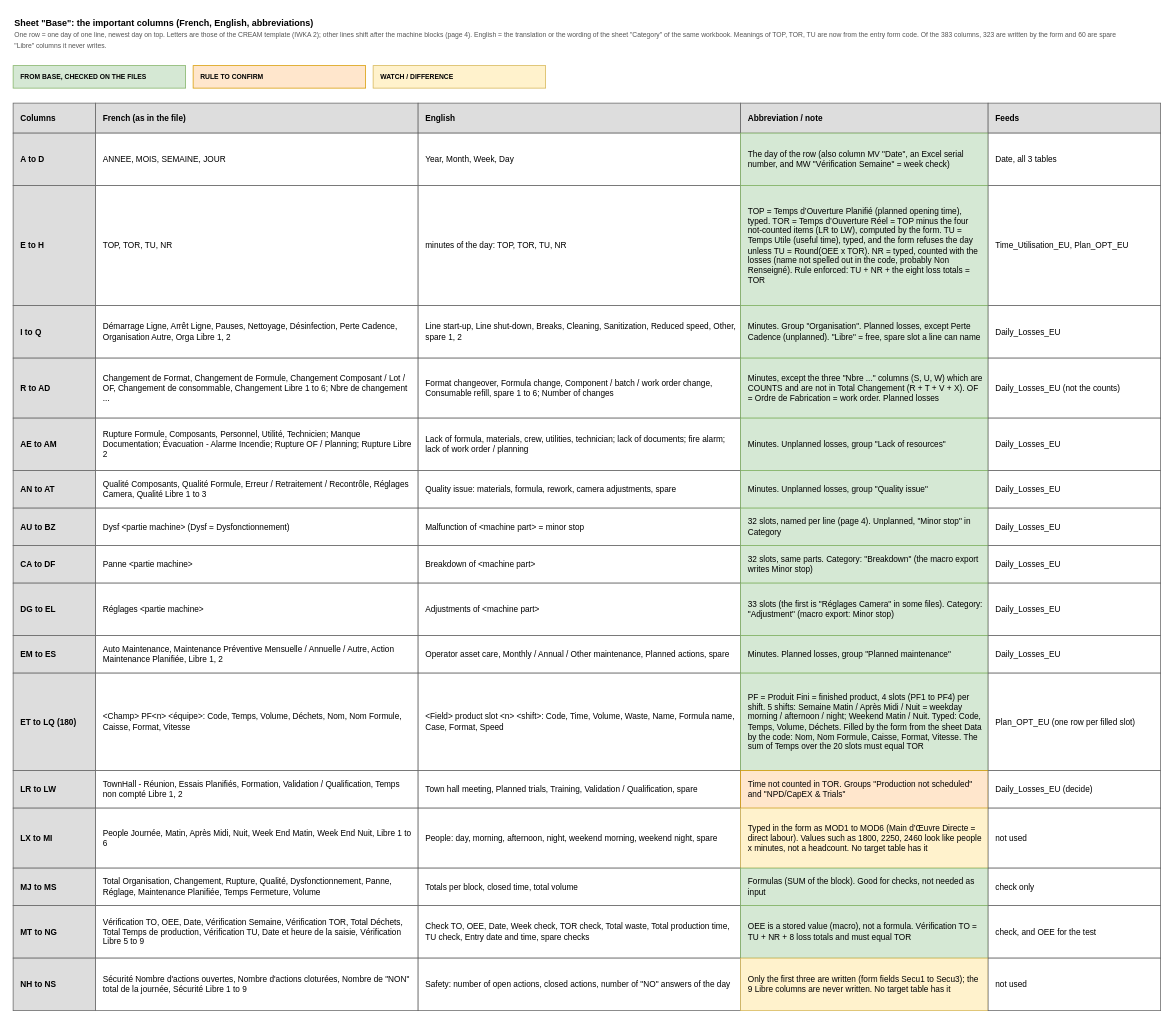
This is page "3 Base columns" (4 of 9) of diagrams/chartres-source-map.drawio from AbiyyuMufti/SIH-IBMX-R, a draw.io file, before an edit. Source tidied: cells renumbered, new cells numbered last; positions are measured from the earlier drawing's top-left corner, leaving out a move shared by most shapes. Both pictures are drawn from the tidied source at 75%, with x=0, y=0 at pixel (13, 13).
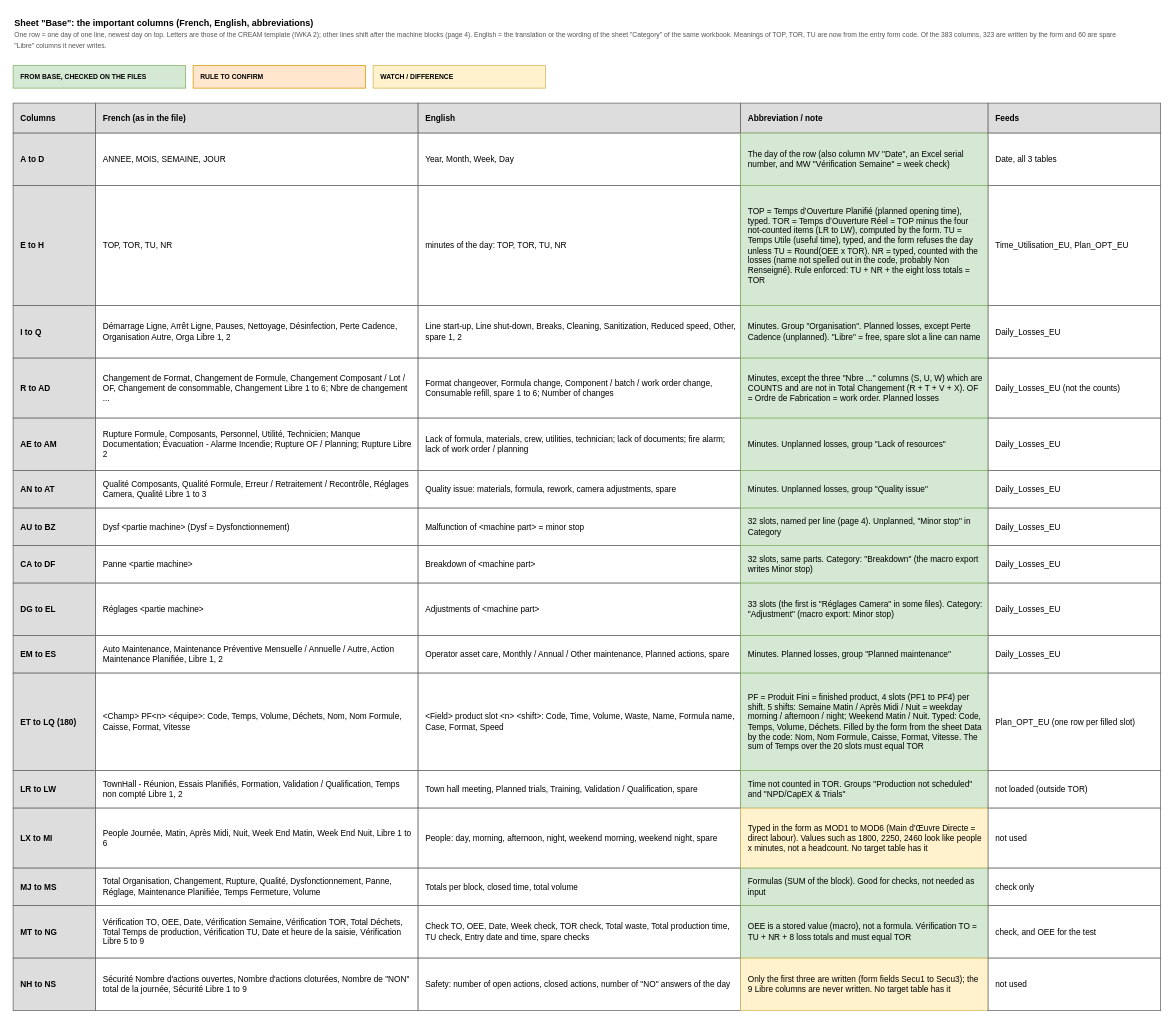
The same diagram, later.

Diff of the diagram source:
```diff
@@
-    <mxCell id="69" value="Time not counted in TOR. Groups &quot;Production not scheduled&quot; and &quot;NPD/CapEX &amp; Trials&quot;" style="rounded=0;whiteSpace=wrap;html=1;align=left;verticalAlign=middle;spacingLeft=8;spacingRight=6;fontSize=11;fillColor=#ffe6cc;strokeColor=#d79b00;" parent="1" vertex="1">
+    <mxCell id="69" value="Time not counted in TOR. Groups &quot;Production not scheduled&quot; and &quot;NPD/CapEX &amp; Trials&quot;" style="rounded=0;whiteSpace=wrap;html=1;align=left;verticalAlign=middle;spacingLeft=8;spacingRight=6;fontSize=11;fillColor=#d5e8d4;strokeColor=#82b366;" parent="1" vertex="1">
       <mxGeometry x="970" y="1010" width="330" height="50" as="geometry" />
     </mxCell>
-    <mxCell id="70" value="Daily_Losses_EU (decide)" style="rounded=0;whiteSpace=wrap;html=1;align=left;verticalAlign=middle;spacingLeft=8;spacingRight=6;fontSize=11;fillColor=#ffffff;strokeColor=#666666;" parent="1" vertex="1">
+    <mxCell id="70" value="not loaded (outside TOR)" style="rounded=0;whiteSpace=wrap;html=1;align=left;verticalAlign=middle;spacingLeft=8;spacingRight=6;fontSize=11;fillColor=#ffffff;strokeColor=#666666;" parent="1" vertex="1">
       <mxGeometry x="1300" y="1010" width="230" height="50" as="geometry" />
     </mxCell>
```
